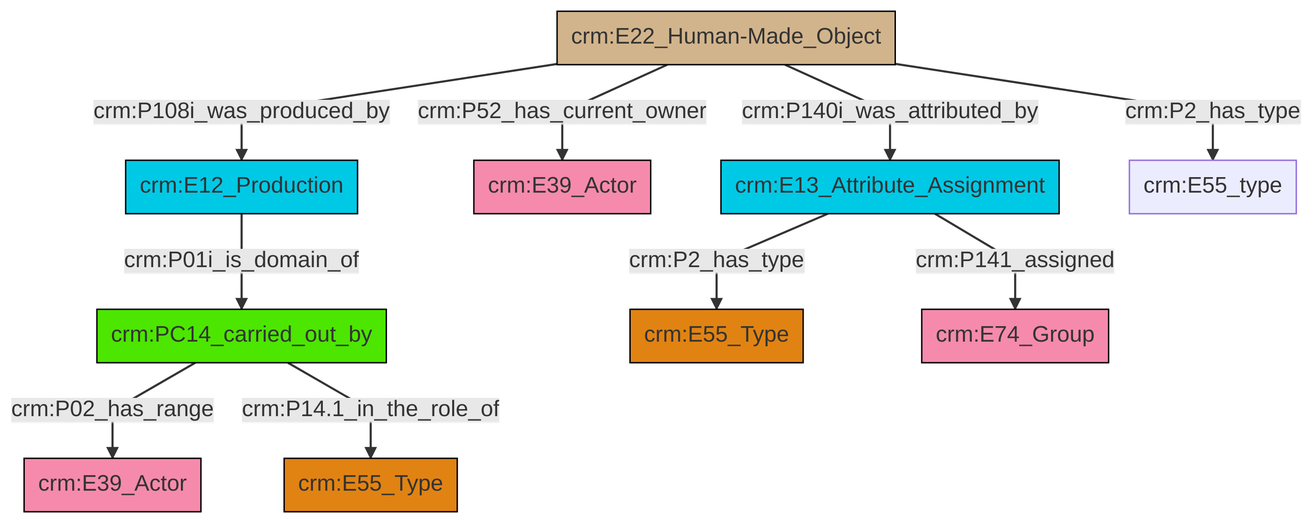
Before: et/builtWorkCSV/ttl/mmd/png/Built_Work_actor_relations.png, a diagram exported from Mermaid (swiss-art-research-net/docs.swissartresearch). Its source is kept beside it as et/builtWorkCSV/ttl/mmd/Built_Work_actor_relations.ttl.mmd.
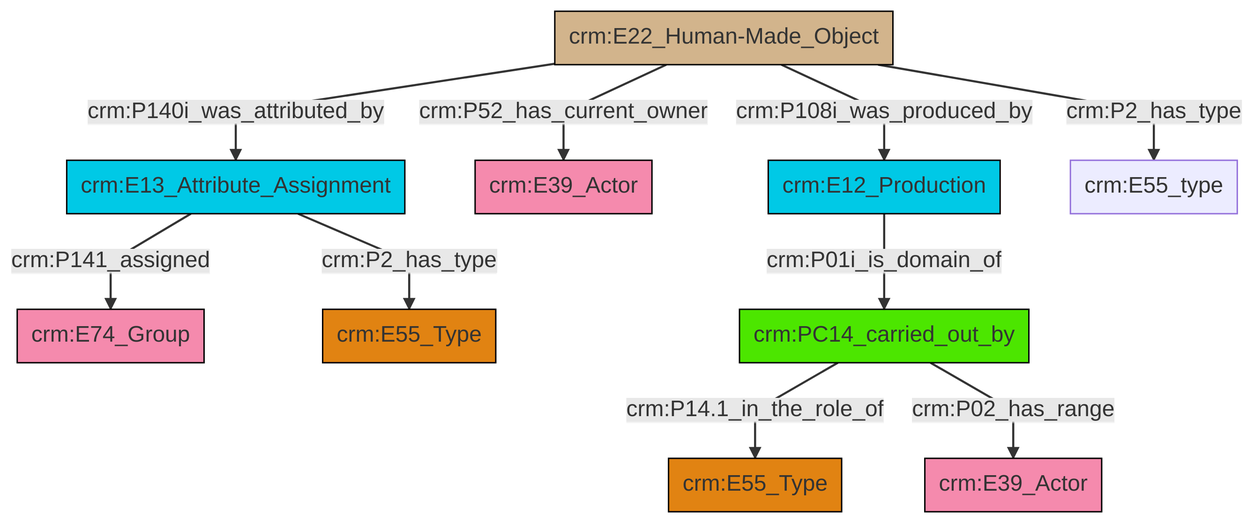
Later version of the same file.

Diff of the diagram source:
```diff
@@ -13,12 +13,12 @@
 classDef PC_Classes fill:#4ce600, stroke:#000000;
 classDef Multi fill:#cccccc,stroke:#000000;
 
-0["crm:PC14_carried_out_by"]:::PC_Classes -->|crm:P02_has_range| 1["crm:E39_Actor"]:::Actor
-4["crm:E13_Attribute_Assignment"]:::Temporal_Entity -->|crm:P2_has_type| 2["crm:E55_Type"]:::Type
-7["crm:E12_Production"]:::Temporal_Entity -->|crm:P01i_is_domain_of| 0["crm:PC14_carried_out_by"]:::PC_Classes
-0["crm:PC14_carried_out_by"]:::PC_Classes -->|crm:P14.1_in_the_role_of| 10["crm:E55_Type"]:::Type
-11["crm:E22_Human-Made_Object"]:::Physical_Thing -->|crm:P140i_was_attributed_by| 4["crm:E13_Attribute_Assignment"]:::Temporal_Entity
-11["crm:E22_Human-Made_Object"]:::Physical_Thing -->|crm:P2_has_type| 8["crm:E55_type"]:::Default
-11["crm:E22_Human-Made_Object"]:::Physical_Thing -->|crm:P52_has_current_owner| 5["crm:E39_Actor"]:::Actor
-11["crm:E22_Human-Made_Object"]:::Physical_Thing -->|crm:P108i_was_produced_by| 7["crm:E12_Production"]:::Temporal_Entity
-4["crm:E13_Attribute_Assignment"]:::Temporal_Entity -->|crm:P141_assigned| 13["crm:E74_Group"]:::Actor
+4["crm:PC14_carried_out_by"]:::PC_Classes -->|crm:P14.1_in_the_role_of| 5["crm:E55_Type"]:::Type
+8["crm:E22_Human-Made_Object"]:::Physical_Thing -->|crm:P140i_was_attributed_by| 2["crm:E13_Attribute_Assignment"]:::Temporal_Entity
+2["crm:E13_Attribute_Assignment"]:::Temporal_Entity -->|crm:P141_assigned| 0["crm:E74_Group"]:::Actor
+2["crm:E13_Attribute_Assignment"]:::Temporal_Entity -->|crm:P2_has_type| 11["crm:E55_Type"]:::Type
+8["crm:E22_Human-Made_Object"]:::Physical_Thing -->|crm:P52_has_current_owner| 6["crm:E39_Actor"]:::Actor
+8["crm:E22_Human-Made_Object"]:::Physical_Thing -->|crm:P108i_was_produced_by| 15["crm:E12_Production"]:::Temporal_Entity
+8["crm:E22_Human-Made_Object"]:::Physical_Thing -->|crm:P2_has_type| 18["crm:E55_type"]:::Default
+4["crm:PC14_carried_out_by"]:::PC_Classes -->|crm:P02_has_range| 13["crm:E39_Actor"]:::Actor
+15["crm:E12_Production"]:::Temporal_Entity -->|crm:P01i_is_domain_of| 4["crm:PC14_carried_out_by"]:::PC_Classes
```
